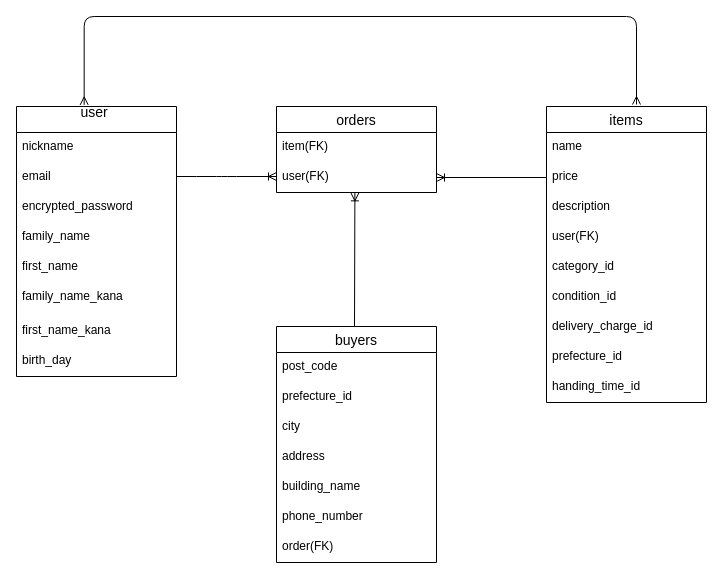
The draw.io diagram table.dio in deco-01/furima-39447, before the edit. Source tidied: cells renumbered, new cells numbered last; positions are measured from the earlier drawing's top-left corner, leaving out a move shared by most shapes. Both pictures are drawn from the tidied source at 100%, with x=0, y=0 at pixel (16, 16).
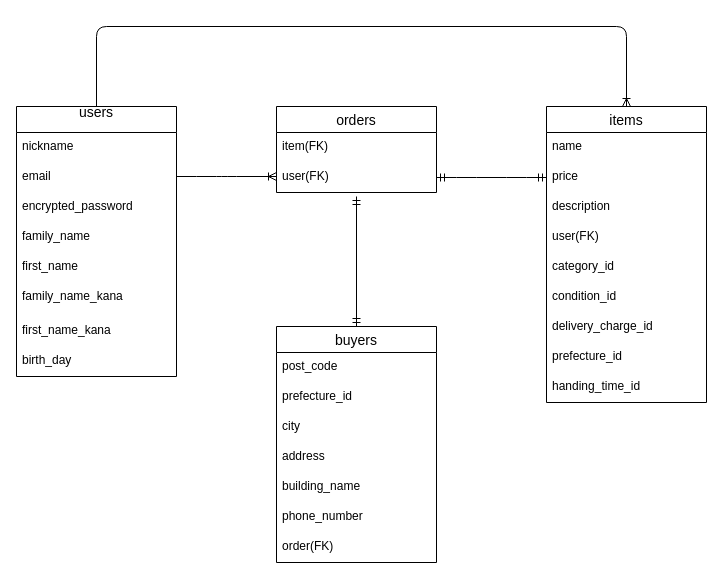
The same page after the edit.

Unchanged cells that the change refers to:
```xml
<mxCell id="13" value="user(FK)" style="text;strokeColor=none;fillColor=none;spacingLeft=4;spacingRight=4;overflow=hidden;points=[[0,0.5],[1,0.5]];portConstraint=eastwest;fontSize=12;" parent="11" vertex="1">
  <mxGeometry y="56" width="160" height="30" as="geometry" />
</mxCell>
<mxCell id="14" value="items" style="swimlane;fontStyle=0;horizontal=1;startSize=26;align=center;fontSize=14;" parent="1" vertex="1">
  <mxGeometry x="530" y="90" width="160" height="296" as="geometry" />
</mxCell>
<mxCell id="16" value="price" style="text;strokeColor=none;fillColor=none;spacingLeft=4;spacingRight=4;overflow=hidden;points=[[0,0.5],[1,0.5]];portConstraint=eastwest;fontSize=12;" parent="14" vertex="1">
  <mxGeometry y="56" width="160" height="30" as="geometry" />
</mxCell>
<mxCell id="24" value="buyers" style="swimlane;fontStyle=0;horizontal=1;startSize=26;align=center;fontSize=14;" parent="1" vertex="1">
  <mxGeometry x="260" y="310" width="160" height="236" as="geometry" />
</mxCell>
```

Diff of the diagram source:
```diff
@@
-    <mxCell id="2" value="user &#10;" style="swimlane;fontStyle=0;horizontal=1;startSize=26;align=center;fontSize=14;" parent="1" vertex="1">
+    <mxCell id="2" value="users&#10;" style="swimlane;fontStyle=0;horizontal=1;startSize=26;align=center;fontSize=14;" parent="1" vertex="1">
       <mxGeometry y="90" width="160" height="270" as="geometry" />
     </mxCell>
@@
-    <mxCell id="33" style="fontSize=12;html=1;endArrow=ERoneToMany;exitX=0;exitY=0.5;exitDx=0;exitDy=0;entryX=1;entryY=0.5;entryDx=0;entryDy=0;" parent="1" edge="1" target="13">
-      <mxGeometry relative="1" as="geometry">
-        <mxPoint x="530" y="161" as="sourcePoint" />
-      </mxGeometry>
-    </mxCell>
-    <mxCell id="34" style="edgeStyle=elbowEdgeStyle;fontSize=12;html=1;endArrow=ERmany;startArrow=ERmany;elbow=vertical;exitX=0.423;exitY=-0.006;exitDx=0;exitDy=0;exitPerimeter=0;" parent="1" edge="1" source="2">
-      <mxGeometry relative="1" as="geometry">
-        <mxPoint x="620" y="88" as="targetPoint" />
-        <Array as="points">
-          <mxPoint x="380" />
-          <mxPoint x="430" y="40" />
-        </Array>
-      </mxGeometry>
-    </mxCell>
-    <mxCell id="35" style="fontSize=12;html=1;endArrow=ERoneToMany;entryX=0.49;entryY=1.012;entryDx=0;entryDy=0;entryPerimeter=0;" parent="1" edge="1" target="13">
-      <mxGeometry relative="1" as="geometry">
-        <mxPoint x="338" y="310" as="sourcePoint" />
-      </mxGeometry>
-    </mxCell>
+    <mxCell id="36" style="fontSize=12;html=1;endArrow=ERoneToMany;entryX=0.5;entryY=0;entryDx=0;entryDy=0;exitX=0.5;exitY=0;exitDx=0;exitDy=0;edgeStyle=elbowEdgeStyle;elbow=vertical;" parent="1" edge="1" source="2" target="14">
+      <mxGeometry relative="1" as="geometry">
+        <Array as="points">
+          <mxPoint x="340" y="10" />
+        </Array>
+      </mxGeometry>
+    </mxCell>
+    <mxCell id="37" style="edgeStyle=entityRelationEdgeStyle;fontSize=12;html=1;endArrow=ERmandOne;startArrow=ERmandOne;elbow=vertical;entryX=0;entryY=0.5;entryDx=0;entryDy=0;exitX=1;exitY=0.5;exitDx=0;exitDy=0;" parent="1" edge="1" source="13" target="16">
+      <mxGeometry relative="1" as="geometry" />
+    </mxCell>
+    <mxCell id="38" style="fontSize=12;html=1;endArrow=ERmandOne;startArrow=ERmandOne;elbow=vertical;entryX=0.5;entryY=0;entryDx=0;entryDy=0;" parent="1" edge="1" target="24">
+      <mxGeometry relative="1" as="geometry">
+        <mxPoint x="340" y="180" as="sourcePoint" />
+      </mxGeometry>
+    </mxCell>
```
